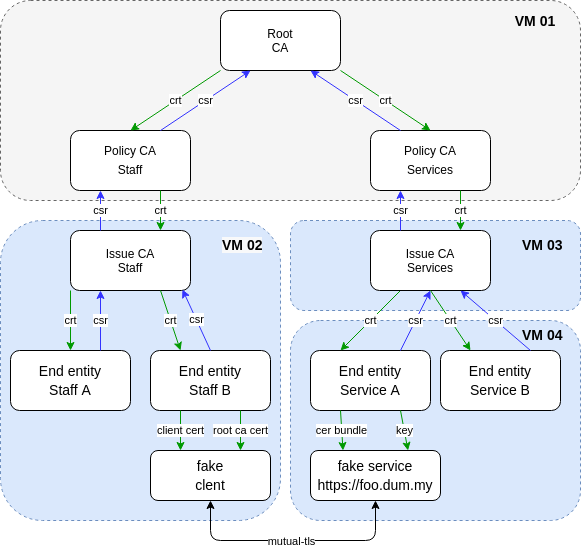
Above: docs/pki-tree.png in OlafRadicke/play_pki_ca_with_ansible (draw.io), before the change. Source tidied: cells renumbered, new cells last; positions are measured from the earlier drawing's top-left corner, leaving out a move shared by most shapes.
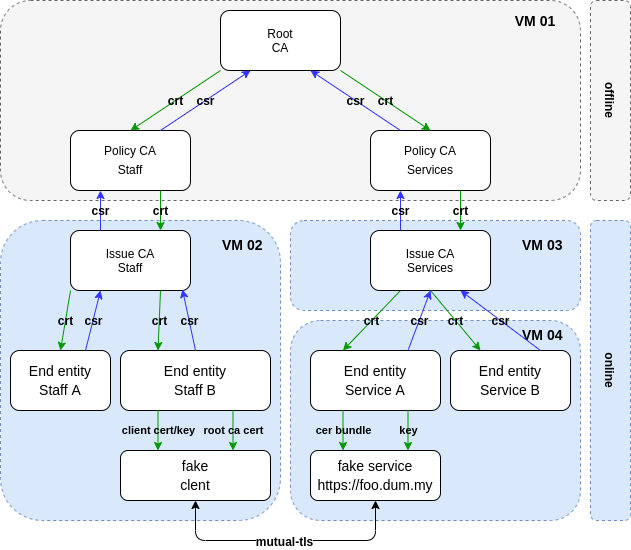
The same file after the commit.

The edit, as a diff of the source:
```diff
@@ -24,18 +24,18 @@
       <mxGeometry x="370" y="130" width="120" height="60" as="geometry" />
     </mxCell>
     <mxCell id="9" value="&lt;div style=&quot;font-size: 14px ; line-height: 19px&quot;&gt;&lt;span style=&quot;background-color: rgb(255 , 255 , 255)&quot;&gt;End entity&lt;br&gt;Staff A&lt;/span&gt;&lt;/div&gt;" style="rounded=1;whiteSpace=wrap;html=1;" parent="1" vertex="1">
-      <mxGeometry x="10" y="350" width="120" height="60" as="geometry" />
+      <mxGeometry x="10" y="350" width="100" height="60" as="geometry" />
     </mxCell>
     <mxCell id="10" value="&lt;div style=&quot;font-size: 14px ; line-height: 19px&quot;&gt;&lt;span style=&quot;background-color: rgb(255 , 255 , 255)&quot;&gt;End entity&lt;br&gt;Staff B&lt;/span&gt;&lt;/div&gt;" style="rounded=1;whiteSpace=wrap;html=1;" parent="1" vertex="1">
-      <mxGeometry x="150" y="350" width="120" height="60" as="geometry" />
+      <mxGeometry x="120" y="350" width="150" height="60" as="geometry" />
     </mxCell>
     <mxCell id="11" value="&lt;div style=&quot;font-size: 14px ; line-height: 19px&quot;&gt;&lt;span style=&quot;background-color: rgb(255 , 255 , 255)&quot;&gt;End entity&lt;br&gt;Service A&lt;/span&gt;&lt;/div&gt;" style="rounded=1;whiteSpace=wrap;html=1;" parent="1" vertex="1">
-      <mxGeometry x="310" y="350" width="120" height="60" as="geometry" />
+      <mxGeometry x="310" y="350" width="130" height="60" as="geometry" />
     </mxCell>
     <mxCell id="12" value="&lt;div style=&quot;font-size: 14px ; line-height: 19px&quot;&gt;&lt;span style=&quot;background-color: rgb(255 , 255 , 255)&quot;&gt;End entity&lt;br&gt;Service B&lt;/span&gt;&lt;/div&gt;" style="rounded=1;whiteSpace=wrap;html=1;" parent="1" vertex="1">
-      <mxGeometry x="440" y="350" width="120" height="60" as="geometry" />
+      <mxGeometry x="450" y="350" width="120" height="60" as="geometry" />
     </mxCell>
-    <mxCell id="13" value="crt" style="endArrow=classic;html=1;entryX=0.25;entryY=0;entryDx=0;entryDy=0;exitX=0.25;exitY=1;exitDx=0;exitDy=0;strokeColor=#009900;" parent="1" edge="1" source="14" target="11">
+    <mxCell id="13" value="&lt;b&gt;&lt;font style=&quot;font-size: 12px&quot;&gt;crt&lt;/font&gt;&lt;/b&gt;" style="endArrow=classic;html=1;entryX=0.25;entryY=0;entryDx=0;entryDy=0;exitX=0.25;exitY=1;exitDx=0;exitDy=0;strokeColor=#009900;labelBackgroundColor=none;" parent="1" edge="1" source="14" target="11">
       <mxGeometry relative="1" as="geometry" />
     </mxCell>
     <mxCell id="14" value="Issue CA&lt;br&gt;Services" style="rounded=1;whiteSpace=wrap;html=1;" parent="1" vertex="1">
@@ -47,7 +47,7 @@
     <mxCell id="16" value="&lt;font style=&quot;font-size: 14px&quot;&gt;&lt;b&gt;VM 01&lt;/b&gt;&lt;/font&gt;" style="text;html=1;strokeColor=none;fillColor=none;align=center;verticalAlign=middle;whiteSpace=wrap;rounded=0;dashed=1;" parent="1" vertex="1">
       <mxGeometry x="500" y="10" width="70" height="20" as="geometry" />
     </mxCell>
-    <mxCell id="17" value="&lt;b style=&quot;color: rgb(0 , 0 , 0) ; font-family: &amp;#34;helvetica&amp;#34; ; font-size: 14px ; font-style: normal ; letter-spacing: normal ; text-align: center ; text-indent: 0px ; text-transform: none ; word-spacing: 0px ; background-color: rgb(248 , 249 , 250)&quot;&gt;VM 02&lt;/b&gt;" style="text;whiteSpace=wrap;html=1;" parent="1" vertex="1">
+    <mxCell id="17" value="&lt;b style=&quot;color: rgb(0, 0, 0); font-family: helvetica; font-size: 14px; font-style: normal; letter-spacing: normal; text-align: center; text-indent: 0px; text-transform: none; word-spacing: 0px;&quot;&gt;VM 02&lt;/b&gt;" style="text;whiteSpace=wrap;html=1;labelBackgroundColor=none;" parent="1" vertex="1">
       <mxGeometry x="220" y="230" width="70" height="30" as="geometry" />
     </mxCell>
     <mxCell id="18" value="&lt;div style=&quot;text-align: center&quot;&gt;&lt;font face=&quot;helvetica&quot;&gt;&lt;span style=&quot;font-size: 14px&quot;&gt;&lt;b&gt;VM 03&lt;/b&gt;&lt;/span&gt;&lt;/font&gt;&lt;/div&gt;" style="text;whiteSpace=wrap;html=1;" parent="1" vertex="1">
@@ -56,32 +56,32 @@
     <mxCell id="19" value="&lt;div style=&quot;text-align: center&quot;&gt;&lt;font face=&quot;helvetica&quot;&gt;&lt;span style=&quot;font-size: 14px&quot;&gt;&lt;b&gt;VM 04&lt;/b&gt;&lt;/span&gt;&lt;/font&gt;&lt;/div&gt;" style="text;whiteSpace=wrap;html=1;" parent="1" vertex="1">
       <mxGeometry x="520" y="320" width="50" height="30" as="geometry" />
     </mxCell>
-    <mxCell id="20" value="csr" style="endArrow=classic;html=1;entryX=0.75;entryY=1;entryDx=0;entryDy=0;exitX=0.75;exitY=0;exitDx=0;exitDy=0;strokeColor=#3333FF;" parent="1" edge="1" source="12" target="14">
+    <mxCell id="20" value="&lt;font style=&quot;font-size: 12px&quot;&gt;&lt;b&gt;csr&lt;/b&gt;&lt;/font&gt;" style="endArrow=classic;html=1;entryX=0.75;entryY=1;entryDx=0;entryDy=0;exitX=0.75;exitY=0;exitDx=0;exitDy=0;strokeColor=#3333FF;labelBackgroundColor=none;" parent="1" edge="1" source="12" target="14">
       <mxGeometry relative="1" as="geometry" />
     </mxCell>
-    <mxCell id="21" value="crt" style="endArrow=classic;html=1;entryX=0.25;entryY=0;entryDx=0;entryDy=0;exitX=0.5;exitY=1;exitDx=0;exitDy=0;strokeColor=#009900;" parent="1" edge="1" source="14" target="12">
+    <mxCell id="21" value="&lt;b&gt;&lt;font style=&quot;font-size: 12px&quot;&gt;crt&lt;/font&gt;&lt;/b&gt;" style="endArrow=classic;html=1;entryX=0.25;entryY=0;entryDx=0;entryDy=0;exitX=0.5;exitY=1;exitDx=0;exitDy=0;strokeColor=#009900;labelBackgroundColor=none;" parent="1" edge="1" source="14" target="12">
       <mxGeometry relative="1" as="geometry" />
     </mxCell>
-    <mxCell id="22" value="csr" style="endArrow=classic;html=1;exitX=0.75;exitY=0;exitDx=0;exitDy=0;entryX=0.5;entryY=1;entryDx=0;entryDy=0;strokeColor=#3333FF;" parent="1" edge="1" source="11" target="14">
+    <mxCell id="22" value="&lt;b&gt;&lt;font style=&quot;font-size: 12px&quot;&gt;csr&lt;/font&gt;&lt;/b&gt;" style="endArrow=classic;html=1;exitX=0.75;exitY=0;exitDx=0;exitDy=0;entryX=0.5;entryY=1;entryDx=0;entryDy=0;strokeColor=#3333FF;labelBackgroundColor=none;" parent="1" edge="1" source="11" target="14">
       <mxGeometry relative="1" as="geometry" />
     </mxCell>
-    <mxCell id="23" value="crt" style="endArrow=classic;html=1;entryX=0.75;entryY=0;entryDx=0;entryDy=0;exitX=0.75;exitY=1;exitDx=0;exitDy=0;strokeColor=#009900;" parent="1" edge="1" source="8" target="14">
+    <mxCell id="23" value="&lt;b&gt;&lt;font style=&quot;font-size: 12px&quot;&gt;crt&lt;/font&gt;&lt;/b&gt;" style="endArrow=classic;html=1;entryX=0.75;entryY=0;entryDx=0;entryDy=0;exitX=0.75;exitY=1;exitDx=0;exitDy=0;strokeColor=#009900;labelBackgroundColor=none;" parent="1" edge="1" source="8" target="14">
       <mxGeometry relative="1" as="geometry" />
     </mxCell>
-    <mxCell id="24" value="csr" style="endArrow=classic;html=1;entryX=0.25;entryY=1;entryDx=0;entryDy=0;exitX=0.25;exitY=0;exitDx=0;exitDy=0;strokeColor=#3333FF;" parent="1" edge="1" source="14" target="8">
+    <mxCell id="24" value="&lt;b&gt;&lt;font style=&quot;font-size: 12px&quot;&gt;csr&lt;/font&gt;&lt;/b&gt;" style="endArrow=classic;html=1;entryX=0.25;entryY=1;entryDx=0;entryDy=0;exitX=0.25;exitY=0;exitDx=0;exitDy=0;strokeColor=#3333FF;labelBackgroundColor=none;" parent="1" edge="1" source="14" target="8">
       <mxGeometry relative="1" as="geometry" />
     </mxCell>
-    <mxCell id="25" value="csr" style="endArrow=classic;html=1;entryX=0.75;entryY=1;entryDx=0;entryDy=0;exitX=0.25;exitY=0;exitDx=0;exitDy=0;strokeColor=#3333FF;" parent="1" edge="1" source="8" target="6">
+    <mxCell id="25" value="&lt;b&gt;&lt;font style=&quot;font-size: 12px&quot;&gt;csr&lt;/font&gt;&lt;/b&gt;" style="endArrow=classic;html=1;entryX=0.75;entryY=1;entryDx=0;entryDy=0;exitX=0.25;exitY=0;exitDx=0;exitDy=0;strokeColor=#3333FF;labelBackgroundColor=none;" parent="1" edge="1" source="8" target="6">
       <mxGeometry relative="1" as="geometry" />
     </mxCell>
-    <mxCell id="26" value="crt" style="endArrow=classic;html=1;entryX=0.5;entryY=0;entryDx=0;entryDy=0;strokeColor=#009900;exitX=0;exitY=1;exitDx=0;exitDy=0;" parent="1" edge="1" source="6" target="7">
+    <mxCell id="26" value="&lt;b&gt;&lt;font style=&quot;font-size: 12px&quot;&gt;crt&lt;/font&gt;&lt;/b&gt;" style="endArrow=classic;html=1;entryX=0.5;entryY=0;entryDx=0;entryDy=0;strokeColor=#009900;exitX=0;exitY=1;exitDx=0;exitDy=0;labelBackgroundColor=none;" parent="1" edge="1" source="6" target="7">
       <mxGeometry relative="1" as="geometry" />
     </mxCell>
     <mxCell id="27" value="&lt;div style=&quot;font-size: 14px ; line-height: 19px&quot;&gt;&lt;span style=&quot;background-color: rgb(255 , 255 , 255)&quot;&gt;fake service&lt;/span&gt;&lt;/div&gt;&lt;div style=&quot;font-size: 14px ; line-height: 19px&quot;&gt;&lt;span style=&quot;background-color: rgb(255 , 255 , 255)&quot;&gt;https://foo.dum.my&lt;/span&gt;&lt;/div&gt;" style="rounded=1;whiteSpace=wrap;html=1;" parent="1" vertex="1">
       <mxGeometry x="310" y="450" width="130" height="50" as="geometry" />
     </mxCell>
     <mxCell id="28" value="&lt;div style=&quot;font-size: 14px ; line-height: 19px&quot;&gt;&lt;span style=&quot;background-color: rgb(255 , 255 , 255)&quot;&gt;fake&lt;/span&gt;&lt;/div&gt;&lt;div style=&quot;font-size: 14px ; line-height: 19px&quot;&gt;&lt;span style=&quot;background-color: rgb(255 , 255 , 255)&quot;&gt;clent&lt;/span&gt;&lt;/div&gt;" style="rounded=1;whiteSpace=wrap;html=1;" parent="1" vertex="1">
-      <mxGeometry x="150" y="450" width="120" height="50" as="geometry" />
+      <mxGeometry x="120" y="450" width="150" height="50" as="geometry" />
     </mxCell>
     <mxCell id="29" style="edgeStyle=elbowEdgeStyle;elbow=vertical;endArrow=classic;html=1;exitX=0.5;exitY=1;exitDx=0;exitDy=0;entryX=0.5;entryY=1;entryDx=0;entryDy=0;startArrow=classic;startFill=1;" parent="1" edge="1" source="28" target="27">
       <mxGeometry relative="1" as="geometry">
@@ -90,46 +90,60 @@
         </Array>
       </mxGeometry>
     </mxCell>
-    <mxCell id="30" value="mutual-tls" style="edgeLabel;html=1;align=center;verticalAlign=middle;" parent="29" vertex="1">
+    <mxCell id="30" value="mutual-tls" style="edgeLabel;html=1;align=center;verticalAlign=middle;fontStyle=1;fontSize=12;" parent="29" vertex="1">
       <mxGeometry x="0.16" y="-3" relative="1" as="geometry">
         <mxPoint x="-23" y="-3" as="offset" />
       </mxGeometry>
     </mxCell>
-    <mxCell id="31" value="cer bundle" style="endArrow=classic;html=1;entryX=0.25;entryY=0;entryDx=0;entryDy=0;exitX=0.25;exitY=1;exitDx=0;exitDy=0;strokeColor=#009900;" parent="1" edge="1" source="11" target="27">
+    <mxCell id="31" value="&lt;b&gt;cer bundle&lt;/b&gt;" style="endArrow=classic;html=1;entryX=0.25;entryY=0;entryDx=0;entryDy=0;exitX=0.25;exitY=1;exitDx=0;exitDy=0;strokeColor=#009900;labelBackgroundColor=none;" parent="1" edge="1" source="11" target="27">
       <mxGeometry relative="1" as="geometry" />
     </mxCell>
-    <mxCell id="32" value="key" style="endArrow=classic;html=1;exitX=0.75;exitY=1;exitDx=0;exitDy=0;strokeColor=#009900;entryX=0.75;entryY=0;entryDx=0;entryDy=0;" parent="1" edge="1" source="11" target="27">
+    <mxCell id="32" value="&lt;b&gt;key&lt;/b&gt;" style="endArrow=classic;html=1;exitX=0.75;exitY=1;exitDx=0;exitDy=0;strokeColor=#009900;entryX=0.75;entryY=0;entryDx=0;entryDy=0;labelBackgroundColor=none;" parent="1" edge="1" source="11" target="27">
       <mxGeometry relative="1" as="geometry" />
     </mxCell>
-    <mxCell id="33" value="root ca cert" style="endArrow=classic;html=1;strokeColor=#009900;entryX=0.75;entryY=0;entryDx=0;entryDy=0;exitX=0.75;exitY=1;exitDx=0;exitDy=0;" parent="1" edge="1" source="10" target="28">
+    <mxCell id="33" value="&lt;b&gt;root ca cert&lt;/b&gt;" style="endArrow=classic;html=1;strokeColor=#009900;entryX=0.75;entryY=0;entryDx=0;entryDy=0;exitX=0.75;exitY=1;exitDx=0;exitDy=0;labelBackgroundColor=none;" parent="1" edge="1" source="10" target="28">
       <mxGeometry relative="1" as="geometry" />
     </mxCell>
-    <mxCell id="34" value="csr" style="endArrow=classic;html=1;entryX=0.25;entryY=1;entryDx=0;entryDy=0;exitX=0.75;exitY=0;exitDx=0;exitDy=0;strokeColor=#3333FF;" parent="1" edge="1" source="7" target="6">
+    <mxCell id="34" value="&lt;b&gt;&lt;font style=&quot;font-size: 12px&quot;&gt;csr&lt;/font&gt;&lt;/b&gt;" style="endArrow=classic;html=1;entryX=0.25;entryY=1;entryDx=0;entryDy=0;exitX=0.75;exitY=0;exitDx=0;exitDy=0;strokeColor=#3333FF;labelBackgroundColor=none;" parent="1" edge="1" source="7" target="6">
       <mxGeometry relative="1" as="geometry" />
     </mxCell>
-    <mxCell id="35" value="crt" style="endArrow=classic;html=1;entryX=0.5;entryY=0;entryDx=0;entryDy=0;strokeColor=#009900;exitX=1;exitY=1;exitDx=0;exitDy=0;" parent="1" edge="1" source="6" target="8">
+    <mxCell id="35" value="&lt;b&gt;&lt;font style=&quot;font-size: 12px&quot;&gt;crt&lt;/font&gt;&lt;/b&gt;" style="endArrow=classic;html=1;entryX=0.5;entryY=0;entryDx=0;entryDy=0;strokeColor=#009900;exitX=1;exitY=1;exitDx=0;exitDy=0;labelBackgroundColor=none;" parent="1" edge="1" source="6" target="8">
       <mxGeometry relative="1" as="geometry" />
     </mxCell>
-    <mxCell id="36" value="csr" style="endArrow=classic;html=1;entryX=0.25;entryY=1;entryDx=0;entryDy=0;exitX=0.25;exitY=0;exitDx=0;exitDy=0;strokeColor=#3333FF;" parent="1" edge="1" source="15" target="7">
+    <mxCell id="36" value="&lt;b&gt;&lt;font style=&quot;font-size: 12px&quot;&gt;csr&lt;/font&gt;&lt;/b&gt;" style="endArrow=classic;html=1;entryX=0.25;entryY=1;entryDx=0;entryDy=0;exitX=0.25;exitY=0;exitDx=0;exitDy=0;strokeColor=#3333FF;labelBackgroundColor=none;" parent="1" edge="1" source="15" target="7">
       <mxGeometry relative="1" as="geometry" />
     </mxCell>
-    <mxCell id="37" value="crt" style="endArrow=classic;html=1;entryX=0.75;entryY=0;entryDx=0;entryDy=0;exitX=0.75;exitY=1;exitDx=0;exitDy=0;strokeColor=#009900;" parent="1" edge="1" source="7" target="15">
+    <mxCell id="37" value="&lt;b&gt;&lt;font style=&quot;font-size: 12px&quot;&gt;crt&lt;/font&gt;&lt;/b&gt;" style="endArrow=classic;html=1;entryX=0.75;entryY=0;entryDx=0;entryDy=0;exitX=0.75;exitY=1;exitDx=0;exitDy=0;strokeColor=#009900;labelBackgroundColor=none;" parent="1" edge="1" source="7" target="15">
       <mxGeometry relative="1" as="geometry" />
     </mxCell>
-    <mxCell id="38" value="crt" style="endArrow=classic;html=1;entryX=0.25;entryY=0;entryDx=0;entryDy=0;exitX=0.75;exitY=1;exitDx=0;exitDy=0;strokeColor=#009900;" parent="1" edge="1" source="15" target="10">
+    <mxCell id="38" value="&lt;b&gt;&lt;font style=&quot;font-size: 12px&quot;&gt;crt&lt;/font&gt;&lt;/b&gt;" style="endArrow=classic;html=1;entryX=0.25;entryY=0;entryDx=0;entryDy=0;exitX=0.75;exitY=1;exitDx=0;exitDy=0;strokeColor=#009900;labelBackgroundColor=none;" parent="1" edge="1" source="15" target="10">
       <mxGeometry relative="1" as="geometry" />
     </mxCell>
-    <mxCell id="39" value="crt" style="endArrow=classic;html=1;entryX=0.5;entryY=0;entryDx=0;entryDy=0;strokeColor=#009900;exitX=0;exitY=1;exitDx=0;exitDy=0;" parent="1" edge="1" source="15" target="9">
-      <mxGeometry relative="1" as="geometry" />
+    <mxCell id="39" value="&lt;b&gt;&lt;font style=&quot;font-size: 12px&quot;&gt;crt&lt;/font&gt;&lt;/b&gt;" style="endArrow=classic;html=1;entryX=0.5;entryY=0;entryDx=0;entryDy=0;strokeColor=#009900;labelBackgroundColor=none;" parent="1" edge="1" target="9">
+      <mxGeometry relative="1" as="geometry">
+        <mxPoint x="70" y="290" as="sourcePoint" />
+      </mxGeometry>
     </mxCell>
-    <mxCell id="40" value="csr" style="endArrow=classic;html=1;exitX=0.75;exitY=0;exitDx=0;exitDy=0;entryX=0.25;entryY=1;entryDx=0;entryDy=0;strokeColor=#3333FF;" parent="1" edge="1" source="9" target="15">
+    <mxCell id="40" value="&lt;b&gt;&lt;font style=&quot;font-size: 12px&quot;&gt;csr&lt;/font&gt;&lt;/b&gt;" style="endArrow=classic;html=1;exitX=0.75;exitY=0;exitDx=0;exitDy=0;entryX=0.25;entryY=1;entryDx=0;entryDy=0;strokeColor=#3333FF;labelBackgroundColor=none;" parent="1" edge="1" source="9" target="15">
       <mxGeometry relative="1" as="geometry" />
     </mxCell>
-    <mxCell id="41" value="csr" style="endArrow=classic;html=1;exitX=0.5;exitY=0;exitDx=0;exitDy=0;strokeColor=#3333FF;entryX=0.933;entryY=0.983;entryDx=0;entryDy=0;entryPerimeter=0;" parent="1" edge="1" source="10" target="15">
+    <mxCell id="41" value="&lt;b&gt;&lt;font style=&quot;font-size: 12px&quot;&gt;csr&lt;/font&gt;&lt;/b&gt;" style="endArrow=classic;html=1;exitX=0.5;exitY=0;exitDx=0;exitDy=0;strokeColor=#3333FF;entryX=0.933;entryY=0.983;entryDx=0;entryDy=0;entryPerimeter=0;labelBackgroundColor=none;" parent="1" edge="1" source="10" target="15">
       <mxGeometry relative="1" as="geometry" />
     </mxCell>
-    <mxCell id="42" value="client cert" style="endArrow=classic;html=1;strokeColor=#009900;entryX=0.25;entryY=0;entryDx=0;entryDy=0;exitX=0.25;exitY=1;exitDx=0;exitDy=0;" parent="1" edge="1" source="10" target="28">
+    <mxCell id="42" value="&lt;b&gt;client cert/key&lt;/b&gt;" style="endArrow=classic;html=1;strokeColor=#009900;entryX=0.25;entryY=0;entryDx=0;entryDy=0;exitX=0.25;exitY=1;exitDx=0;exitDy=0;labelBackgroundColor=none;" parent="1" edge="1" source="10" target="28">
       <mxGeometry relative="1" as="geometry" />
     </mxCell>
+    <mxCell id="43" style="rounded=1;whiteSpace=wrap;html=1;dashed=1;fillColor=#f5f5f5;strokeColor=#666666;fontColor=#333333;" parent="1" vertex="1">
+      <mxGeometry x="590" width="40" height="200" as="geometry" />
+    </mxCell>
+    <mxCell id="44" value="&lt;b&gt;offline&lt;/b&gt;" style="text;html=1;strokeColor=none;fillColor=none;align=center;verticalAlign=middle;whiteSpace=wrap;rounded=0;labelBackgroundColor=none;rotation=90;" parent="1" vertex="1">
+      <mxGeometry x="590" y="90" width="40" height="20" as="geometry" />
+    </mxCell>
+    <mxCell id="45" style="rounded=1;whiteSpace=wrap;html=1;dashed=1;fillColor=#dae8fc;strokeColor=#6c8ebf;" parent="1" vertex="1">
+      <mxGeometry x="590" y="220" width="40" height="300" as="geometry" />
+    </mxCell>
+    <mxCell id="46" value="&lt;b&gt;online&lt;/b&gt;" style="text;html=1;strokeColor=none;fillColor=none;align=center;verticalAlign=middle;whiteSpace=wrap;rounded=0;labelBackgroundColor=none;rotation=90;" parent="1" vertex="1">
+      <mxGeometry x="590" y="360" width="40" height="20" as="geometry" />
+    </mxCell>
   </root>
 </mxGraphModel>
```
